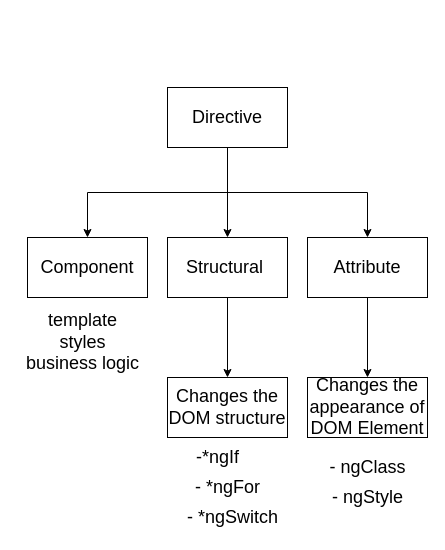
synergy2411/incedo-nov21-b1 keeps this draw.io diagram as page "Page-6" (6 of 6) of diagrams.drawio. Above is the earlier version. Source tidied: cells renumbered, new cells numbered last; positions are measured from the earlier drawing's top-left corner, leaving out a move shared by most shapes. Both pictures are drawn from the tidied source at 100%, with x=0, y=0 at pixel (17, 87).
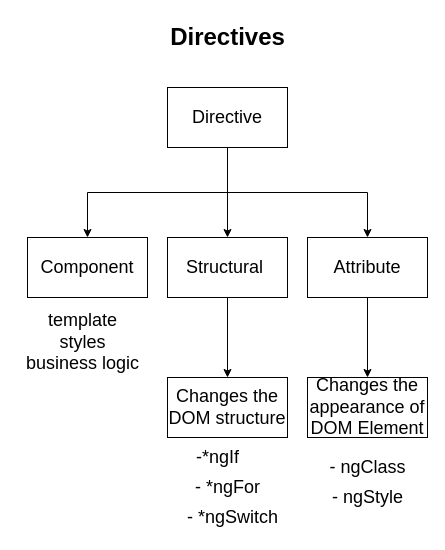
The same page after the edit.

Diff of the diagram source:
```diff
@@
 <mxGraphModel>
   <root>
     <mxCell id="0" />
     <mxCell id="1" parent="0" />
     <mxCell id="2" style="edgeStyle=orthogonalEdgeStyle;rounded=0;jettySize=auto;html=1;exitX=0.5;exitY=1;exitDx=0;exitDy=0;fontSize=18;" parent="1" edge="1" source="5" target="8">
       <mxGeometry relative="1" as="geometry" />
     </mxCell>
     <mxCell id="3" style="edgeStyle=orthogonalEdgeStyle;rounded=0;jettySize=auto;html=1;exitX=0.5;exitY=1;exitDx=0;exitDy=0;entryX=0.5;entryY=0;entryDx=0;entryDy=0;fontSize=18;" parent="1" edge="1" source="5" target="10">
       <mxGeometry relative="1" as="geometry" />
     </mxCell>
     <mxCell id="4" style="edgeStyle=orthogonalEdgeStyle;rounded=0;jettySize=auto;html=1;exitX=0.5;exitY=1;exitDx=0;exitDy=0;entryX=0.5;entryY=0;entryDx=0;entryDy=0;fontSize=18;" parent="1" edge="1" source="5" target="6">
       <mxGeometry relative="1" as="geometry" />
     </mxCell>
     <mxCell id="5" value="Directive" style="rounded=0;whiteSpace=wrap;html=1;fontSize=18;" parent="1" vertex="1">
       <mxGeometry x="150" width="120" height="60" as="geometry" />
     </mxCell>
     <mxCell id="6" value="Component" style="rounded=0;whiteSpace=wrap;html=1;fontSize=18;" parent="1" vertex="1">
       <mxGeometry x="10" y="150" width="120" height="60" as="geometry" />
     </mxCell>
     <mxCell id="7" style="edgeStyle=orthogonalEdgeStyle;rounded=0;jettySize=auto;html=1;fontSize=18;" parent="1" edge="1" source="8" target="12">
       <mxGeometry relative="1" as="geometry" />
     </mxCell>
     <mxCell id="8" value="Structural&amp;nbsp;" style="rounded=0;whiteSpace=wrap;html=1;fontSize=18;" parent="1" vertex="1">
       <mxGeometry x="150" y="150" width="120" height="60" as="geometry" />
     </mxCell>
     <mxCell id="9" style="edgeStyle=orthogonalEdgeStyle;rounded=0;jettySize=auto;html=1;fontSize=18;" parent="1" edge="1" source="10" target="16">
       <mxGeometry relative="1" as="geometry" />
     </mxCell>
     <mxCell id="10" value="Attribute" style="rounded=0;whiteSpace=wrap;html=1;fontSize=18;" parent="1" vertex="1">
       <mxGeometry x="290" y="150" width="120" height="60" as="geometry" />
     </mxCell>
     <mxCell id="11" value="template&lt;br&gt;styles&lt;br&gt;business logic" style="text;html=1;align=center;verticalAlign=middle;strokeColor=none;fillColor=none;fontSize=18;" parent="1" vertex="1">
       <mxGeometry y="220" width="130" height="70" as="geometry" />
     </mxCell>
     <mxCell id="12" value="Changes the DOM structure" style="rounded=0;whiteSpace=wrap;html=1;fontSize=18;" parent="1" vertex="1">
       <mxGeometry x="150" y="290" width="120" height="60" as="geometry" />
     </mxCell>
     <mxCell id="13" value="-*ngIf" style="text;html=1;align=center;verticalAlign=middle;strokeColor=none;fillColor=none;fontSize=18;" parent="1" vertex="1">
       <mxGeometry x="170" y="355" width="60" height="30" as="geometry" />
     </mxCell>
     <mxCell id="14" value="- *ngFor" style="text;html=1;align=center;verticalAlign=middle;strokeColor=none;fillColor=none;fontSize=18;" parent="1" vertex="1">
       <mxGeometry x="170" y="385" width="80" height="30" as="geometry" />
     </mxCell>
     <mxCell id="15" value="- *ngSwitch" style="text;html=1;align=center;verticalAlign=middle;strokeColor=none;fillColor=none;fontSize=18;" parent="1" vertex="1">
       <mxGeometry x="160" y="415" width="110" height="30" as="geometry" />
     </mxCell>
     <mxCell id="16" value="Changes the appearance of DOM Element" style="rounded=0;whiteSpace=wrap;html=1;fontSize=18;" parent="1" vertex="1">
       <mxGeometry x="290" y="290" width="120" height="60" as="geometry" />
     </mxCell>
     <mxCell id="17" value="- ngClass" style="text;html=1;align=center;verticalAlign=middle;strokeColor=none;fillColor=none;fontSize=18;" parent="1" vertex="1">
       <mxGeometry x="305" y="365" width="90" height="30" as="geometry" />
     </mxCell>
     <mxCell id="18" value="- ngStyle" style="text;html=1;align=center;verticalAlign=middle;strokeColor=none;fillColor=none;fontSize=18;" parent="1" vertex="1">
       <mxGeometry x="305" y="395" width="90" height="30" as="geometry" />
     </mxCell>
+    <mxCell id="19" value="Directives" style="text;strokeColor=none;fillColor=none;html=1;fontSize=24;fontStyle=1;verticalAlign=middle;align=center;" parent="1" vertex="1">
+      <mxGeometry x="160" y="-70" width="100" height="40" as="geometry" />
+    </mxCell>
   </root>
 </mxGraphModel>
```
